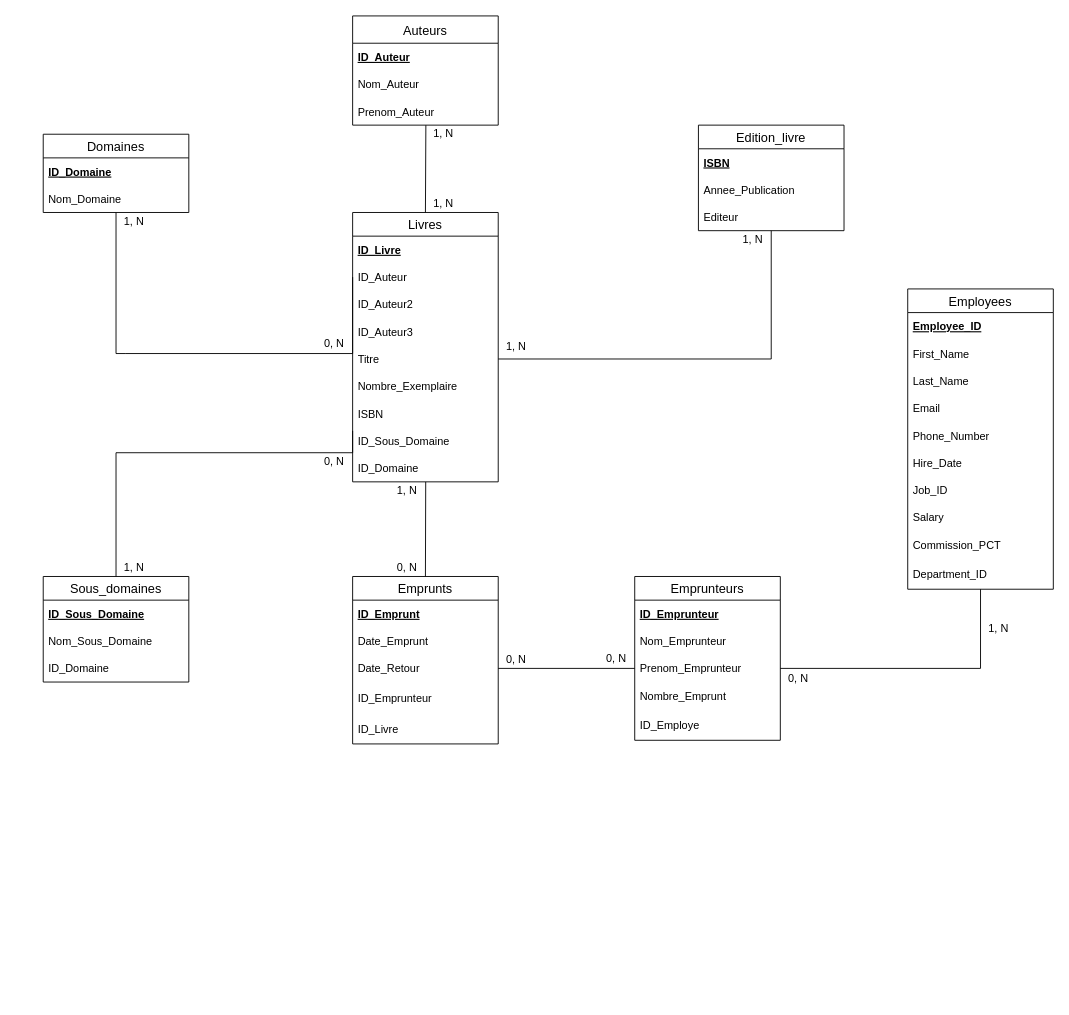
Jerome-Kraft/Projet_BDD keeps this draw.io diagram as MCD.drawio. Above is the earlier version. Source tidied: cells renumbered, new cells numbered last; positions are measured from the earlier drawing's top-left corner, leaving out a move shared by most shapes. Both pictures are drawn from the tidied source at 91%, with x=0, y=0 at pixel (43, 15).
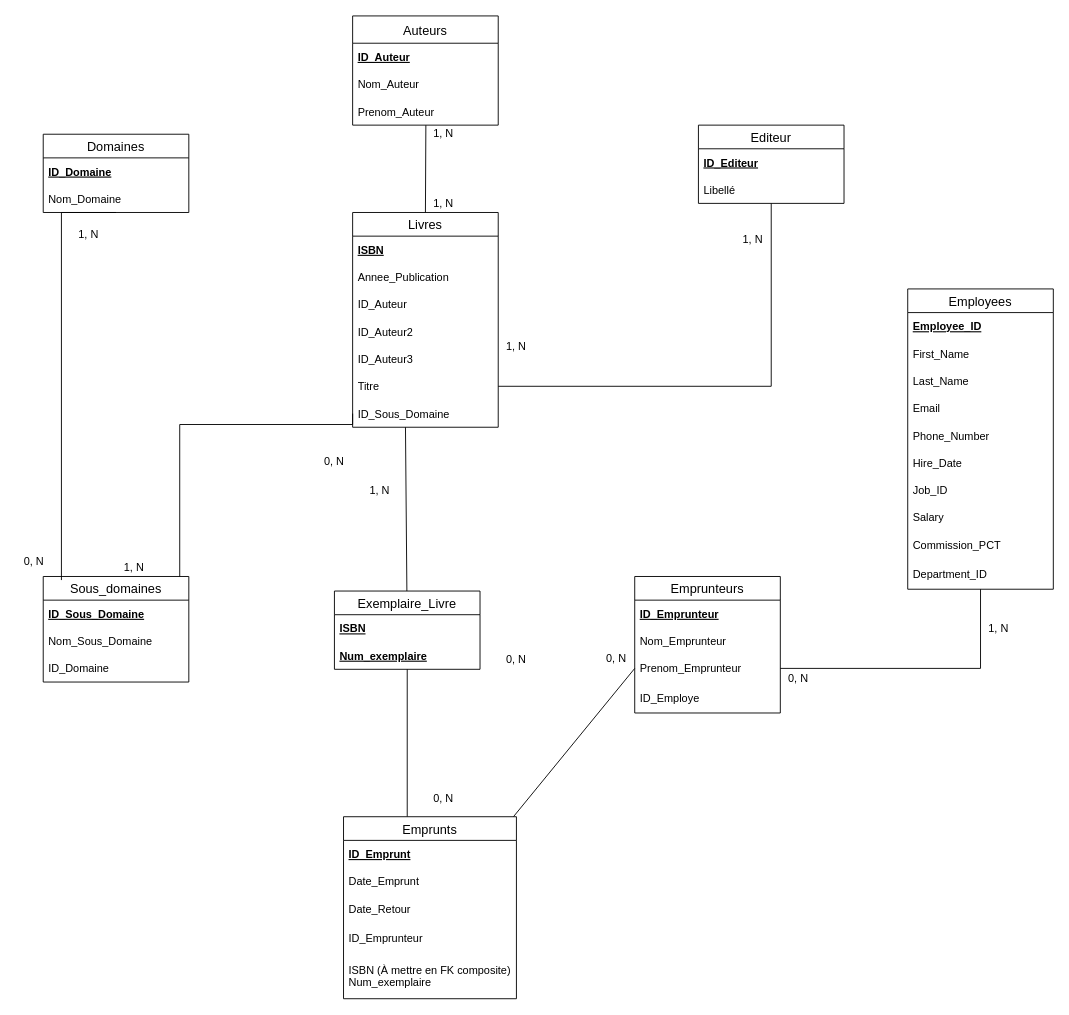
Above is the later version.

Commit message:
Changed MCD, need to change all the tables and triggers

The change refers to these unchanged cells:
```xml
<mxCell id="12" value="Domaines" style="swimlane;fontStyle=0;horizontal=1;startSize=26;align=center;fontSize=14;" parent="1" vertex="1">
  <mxGeometry y="130" width="160" height="86" as="geometry" />
</mxCell>
<mxCell id="19" value="Sous_domaines" style="swimlane;fontStyle=0;horizontal=1;startSize=26;align=center;fontSize=14;" parent="1" vertex="1">
  <mxGeometry y="616" width="160" height="116" as="geometry" />
</mxCell>
<mxCell id="39" value="Prenom_Emprunteur" style="text;strokeColor=none;fillColor=none;spacingLeft=4;spacingRight=4;overflow=hidden;points=[[0,0.5],[1,0.5]];portConstraint=eastwest;fontSize=12;verticalAlign=middle;" parent="36" vertex="1">
  <mxGeometry y="86" width="160" height="30" as="geometry" />
</mxCell>
```

Diff of the diagram source:
```diff
@@
     <mxCell id="2" value="Livres" style="swimlane;fontStyle=0;horizontal=1;startSize=26;align=center;fontSize=14;" parent="1" vertex="1">
-      <mxGeometry x="340" y="216" width="160" height="296" as="geometry" />
+      <mxGeometry x="340" y="216" width="160" height="236" as="geometry" />
     </mxCell>
-    <mxCell id="3" value="ID_Livre" style="text;strokeColor=none;fillColor=none;spacingLeft=4;spacingRight=4;overflow=hidden;fontSize=12;fontStyle=5;verticalAlign=middle;" parent="2" vertex="1">
+    <mxCell id="3" value="ISBN" style="text;strokeColor=none;fillColor=none;spacingLeft=4;spacingRight=4;overflow=hidden;fontSize=12;fontStyle=5;verticalAlign=middle;" parent="2" vertex="1">
       <mxGeometry y="26" width="160" height="30" as="geometry" />
     </mxCell>
+    <mxCell id="17" value="Annee_Publication" style="text;strokeColor=none;fillColor=none;spacingLeft=4;spacingRight=4;overflow=hidden;fontSize=12;verticalAlign=middle;" parent="2" vertex="1">
+      <mxGeometry y="56" width="160" height="30" as="geometry" />
+    </mxCell>
     <mxCell id="4" value="ID_Auteur" style="text;strokeColor=none;fillColor=none;spacingLeft=4;spacingRight=4;overflow=hidden;points=[[0,0.5],[1,0.5]];portConstraint=eastwest;fontSize=12;verticalAlign=middle;fontStyle=0;" parent="2" vertex="1">
-      <mxGeometry y="56" width="160" height="30" as="geometry" />
+      <mxGeometry y="86" width="160" height="30" as="geometry" />
     </mxCell>
     <mxCell id="5" value="ID_Auteur2" style="text;strokeColor=none;fillColor=none;spacingLeft=4;spacingRight=4;overflow=hidden;fontSize=12;verticalAlign=middle;fontStyle=0;" parent="2" vertex="1">
-      <mxGeometry y="86" width="160" height="30" as="geometry" />
+      <mxGeometry y="116" width="160" height="30" as="geometry" />
     </mxCell>
     <mxCell id="6" value="ID_Auteur3" style="text;strokeColor=none;fillColor=none;spacingLeft=4;spacingRight=4;overflow=hidden;fontSize=12;verticalAlign=middle;fontStyle=0;" parent="2" vertex="1">
-      <mxGeometry y="116" width="160" height="30" as="geometry" />
+      <mxGeometry y="146" width="160" height="30" as="geometry" />
     </mxCell>
     <mxCell id="7" value="Titre" style="text;strokeColor=none;fillColor=none;spacingLeft=4;spacingRight=4;overflow=hidden;points=[[0,0.5],[1,0.5]];portConstraint=eastwest;fontSize=12;verticalAlign=middle;" parent="2" vertex="1">
-      <mxGeometry y="146" width="160" height="30" as="geometry" />
+      <mxGeometry y="176" width="160" height="30" as="geometry" />
     </mxCell>
-    <mxCell id="8" value="Nombre_Exemplaire" style="text;strokeColor=none;fillColor=none;spacingLeft=4;spacingRight=4;overflow=hidden;fontSize=12;verticalAlign=middle;" parent="2" vertex="1">
-      <mxGeometry y="176" width="160" height="30" as="geometry" />
-    </mxCell>
-    <mxCell id="9" value="ISBN" style="text;strokeColor=none;fillColor=none;spacingLeft=4;spacingRight=4;overflow=hidden;fontSize=12;verticalAlign=middle;fontStyle=0;" parent="2" vertex="1">
-      <mxGeometry y="206" width="160" height="30" as="geometry" />
-    </mxCell>
     <mxCell id="10" value="ID_Sous_Domaine" style="text;strokeColor=none;fillColor=none;spacingLeft=4;spacingRight=4;overflow=hidden;points=[[0,0.5],[1,0.5]];portConstraint=eastwest;fontSize=12;fontStyle=0;verticalAlign=middle;" parent="2" vertex="1">
-      <mxGeometry y="236" width="160" height="30" as="geometry" />
+      <mxGeometry y="206" width="160" height="30" as="geometry" />
     </mxCell>
-    <mxCell id="11" value="ID_Domaine" style="text;strokeColor=none;fillColor=none;spacingLeft=4;spacingRight=4;overflow=hidden;points=[[0,0.5],[1,0.5]];portConstraint=eastwest;fontSize=12;verticalAlign=middle;fontStyle=0;" parent="2" vertex="1">
-      <mxGeometry y="266" width="160" height="30" as="geometry" />
-    </mxCell>
@@
-    <mxCell id="15" value="Edition_livre" style="swimlane;fontStyle=0;horizontal=1;startSize=26;align=center;fontSize=14;" parent="1" vertex="1">
-      <mxGeometry x="720" y="120" width="160" height="116" as="geometry" />
+    <mxCell id="15" value="Editeur" style="swimlane;fontStyle=0;horizontal=1;startSize=26;align=center;fontSize=14;" parent="1" vertex="1">
+      <mxGeometry x="720" y="120" width="160" height="86" as="geometry" />
     </mxCell>
-    <mxCell id="16" value="ISBN" style="text;strokeColor=none;fillColor=none;spacingLeft=4;spacingRight=4;overflow=hidden;fontSize=12;verticalAlign=middle;fontStyle=5;" parent="15" vertex="1">
+    <mxCell id="16" value="ID_Editeur" style="text;strokeColor=none;fillColor=none;spacingLeft=4;spacingRight=4;overflow=hidden;fontSize=12;verticalAlign=middle;fontStyle=5;" parent="15" vertex="1">
       <mxGeometry y="26" width="160" height="30" as="geometry" />
     </mxCell>
-    <mxCell id="17" value="Annee_Publication" style="text;strokeColor=none;fillColor=none;spacingLeft=4;spacingRight=4;overflow=hidden;fontSize=12;verticalAlign=middle;" parent="15" vertex="1">
-      <mxGeometry y="56" width="160" height="30" as="geometry" />
-    </mxCell>
-    <mxCell id="18" value="Editeur" style="text;strokeColor=none;fillColor=none;spacingLeft=4;spacingRight=4;overflow=hidden;fontSize=12;verticalAlign=middle;" parent="15" vertex="1">
-      <mxGeometry y="86" width="160" height="30" as="geometry" />
+    <mxCell id="18" value="Libellé" style="text;strokeColor=none;fillColor=none;spacingLeft=4;spacingRight=4;overflow=hidden;fontSize=12;verticalAlign=middle;" parent="15" vertex="1">
+      <mxGeometry y="56" width="160" height="30" as="geometry" />
     </mxCell>
@@
-    <mxCell id="28" style="endArrow=none;html=1;rounded=0;exitX=0.5;exitY=0;exitDx=0;exitDy=0;edgeStyle=orthogonalEdgeStyle;entryX=0;entryY=0.133;entryDx=0;entryDy=0;entryPerimeter=0;" parent="1" edge="1" source="19" target="10">
+    <mxCell id="28" style="endArrow=none;html=1;rounded=0;edgeStyle=orthogonalEdgeStyle;entryX=0;entryY=0.5;entryDx=0;entryDy=0;" parent="1" edge="1" target="10">
       <mxGeometry relative="1" as="geometry">
+        <mxPoint x="150" y="616" as="sourcePoint" />
         <Array as="points">
-          <mxPoint x="80" y="480" />
+          <mxPoint x="150" y="449" />
+          <mxPoint x="340" y="449" />
         </Array>
       </mxGeometry>
     </mxCell>
-    <mxCell id="29" style="endArrow=none;html=1;rounded=0;edgeStyle=orthogonalEdgeStyle;entryX=0;entryY=0.5;entryDx=0;entryDy=0;exitX=0.5;exitY=1;exitDx=0;exitDy=0;" parent="1" edge="1" source="12" target="4">
+    <mxCell id="29" style="endArrow=none;html=1;rounded=0;edgeStyle=orthogonalEdgeStyle;exitX=0.5;exitY=1;exitDx=0;exitDy=0;entryX=0.125;entryY=0.034;entryDx=0;entryDy=0;entryPerimeter=0;" parent="1" edge="1" source="12" target="19">
       <mxGeometry relative="1" as="geometry">
         <Array as="points">
-          <mxPoint x="90" y="371" />
-          <mxPoint x="270" y="371" />
-          <mxPoint x="340" y="370" />
+          <mxPoint x="20" y="216" />
         </Array>
       </mxGeometry>
     </mxCell>
     <mxCell id="30" value="0, N" style="text;html=1;strokeColor=none;fillColor=none;align=center;verticalAlign=middle;whiteSpace=wrap;rounded=0;" parent="1" vertex="1">
-      <mxGeometry x="300" y="350" width="40" height="20" as="geometry" />
+      <mxGeometry x="-30" y="590" width="40" height="20" as="geometry" />
     </mxCell>
@@
     <mxCell id="33" value="1, N" style="text;html=1;strokeColor=none;fillColor=none;align=center;verticalAlign=middle;whiteSpace=wrap;rounded=0;" parent="1" vertex="1">
-      <mxGeometry x="80" y="216" width="40" height="20" as="geometry" />
+      <mxGeometry x="30" y="230" width="40" height="20" as="geometry" />
     </mxCell>
@@
     <mxCell id="36" value="Emprunteurs" style="swimlane;fontStyle=0;horizontal=1;startSize=26;align=center;fontSize=14;" parent="1" vertex="1">
-      <mxGeometry x="650" y="616" width="160" height="180" as="geometry" />
+      <mxGeometry x="650" y="616" width="160" height="150" as="geometry" />
     </mxCell>
@@
-    <mxCell id="40" value="Nombre_Emprunt" style="text;strokeColor=none;fillColor=none;spacingLeft=4;spacingRight=4;overflow=hidden;fontSize=12;verticalAlign=middle;" parent="36" vertex="1">
-      <mxGeometry y="116" width="160" height="30" as="geometry" />
-    </mxCell>
     <mxCell id="41" value="ID_Employe" style="text;strokeColor=none;fillColor=none;spacingLeft=4;spacingRight=4;overflow=hidden;fontSize=12;verticalAlign=middle;fontStyle=0;" parent="36" vertex="1">
-      <mxGeometry y="146" width="160" height="34" as="geometry" />
+      <mxGeometry y="116" width="160" height="34" as="geometry" />
     </mxCell>
-    <mxCell id="42" value="Emprunts" style="swimlane;fontStyle=0;horizontal=1;startSize=26;align=center;fontSize=14;" parent="1" vertex="1">
-      <mxGeometry x="340" y="616" width="160" height="184" as="geometry" />
-    </mxCell>
-    <mxCell id="43" value="ID_Emprunt" style="text;strokeColor=none;fillColor=none;spacingLeft=4;spacingRight=4;overflow=hidden;fontSize=12;verticalAlign=middle;fontStyle=5;" parent="42" vertex="1">
-      <mxGeometry y="26" width="160" height="30" as="geometry" />
-    </mxCell>
-    <mxCell id="44" value="Date_Emprunt" style="text;strokeColor=none;fillColor=none;spacingLeft=4;spacingRight=4;overflow=hidden;fontSize=12;verticalAlign=middle;" parent="42" vertex="1">
-      <mxGeometry y="56" width="160" height="30" as="geometry" />
-    </mxCell>
-    <mxCell id="45" value="Date_Retour" style="text;strokeColor=none;fillColor=none;spacingLeft=4;spacingRight=4;overflow=hidden;points=[[0,0.5],[1,0.5]];portConstraint=eastwest;fontSize=12;verticalAlign=middle;" parent="42" vertex="1">
-      <mxGeometry y="86" width="160" height="30" as="geometry" />
-    </mxCell>
-    <mxCell id="46" value="ID_Emprunteur" style="text;strokeColor=none;fillColor=none;spacingLeft=4;spacingRight=4;overflow=hidden;fontSize=12;verticalAlign=middle;fontStyle=0;" parent="42" vertex="1">
-      <mxGeometry y="116" width="160" height="34" as="geometry" />
-    </mxCell>
-    <mxCell id="47" value="ID_Livre" style="text;strokeColor=none;fillColor=none;spacingLeft=4;spacingRight=4;overflow=hidden;fontSize=12;verticalAlign=middle;fontStyle=0;" parent="42" vertex="1">
-      <mxGeometry y="150" width="160" height="34" as="geometry" />
-    </mxCell>
-    <mxCell id="48" style="endArrow=none;html=1;rounded=0;entryX=0.502;entryY=1.002;entryDx=0;entryDy=0;exitX=0.5;exitY=0;exitDx=0;exitDy=0;entryPerimeter=0;" parent="1" edge="1" source="42" target="11">
-      <mxGeometry relative="1" as="geometry" />
+    <mxCell id="48" style="endArrow=none;html=1;rounded=0;" parent="1" edge="1" target="72">
+      <mxGeometry relative="1" as="geometry">
+        <mxPoint x="400" y="880" as="sourcePoint" />
+      </mxGeometry>
     </mxCell>
     <mxCell id="49" value="0, N" style="text;html=1;strokeColor=none;fillColor=none;align=center;verticalAlign=middle;whiteSpace=wrap;rounded=0;" parent="1" vertex="1">
-      <mxGeometry x="380" y="596" width="40" height="20" as="geometry" />
+      <mxGeometry x="420" y="850" width="40" height="20" as="geometry" />
     </mxCell>
@@
-    <mxCell id="63" style="endArrow=none;html=1;rounded=0;entryX=1;entryY=0.5;entryDx=0;entryDy=0;exitX=0;exitY=0.5;exitDx=0;exitDy=0;" parent="1" edge="1" source="39" target="45">
-      <mxGeometry relative="1" as="geometry" />
+    <mxCell id="63" style="endArrow=none;html=1;rounded=0;exitX=0;exitY=0.5;exitDx=0;exitDy=0;" parent="1" edge="1" source="39">
+      <mxGeometry relative="1" as="geometry">
+        <mxPoint x="516.7" y="880" as="targetPoint" />
+      </mxGeometry>
     </mxCell>
@@
     <mxCell id="67" value="1, N" style="text;html=1;strokeColor=none;fillColor=none;align=center;verticalAlign=middle;whiteSpace=wrap;rounded=0;" parent="1" vertex="1">
-      <mxGeometry x="380" y="512" width="40" height="20" as="geometry" />
+      <mxGeometry x="350" y="512" width="40" height="20" as="geometry" />
     </mxCell>
@@
+    <mxCell id="71" value="Exemplaire_Livre" style="swimlane;fontStyle=0;horizontal=1;startSize=26;align=center;fontSize=14;" parent="1" vertex="1">
+      <mxGeometry x="320" y="632" width="160" height="86" as="geometry" />
+    </mxCell>
+    <mxCell id="9" value="ISBN" style="text;strokeColor=none;fillColor=none;spacingLeft=4;spacingRight=4;overflow=hidden;fontSize=12;fontStyle=5;verticalAlign=middle;" parent="71" vertex="1">
+      <mxGeometry y="26" width="160" height="30" as="geometry" />
+    </mxCell>
+    <mxCell id="72" value="Num_exemplaire" style="text;strokeColor=none;fillColor=none;spacingLeft=4;spacingRight=4;overflow=hidden;points=[[0,0.5],[1,0.5]];portConstraint=eastwest;fontSize=12;verticalAlign=middle;fontStyle=5;" parent="71" vertex="1">
+      <mxGeometry y="56" width="160" height="30" as="geometry" />
+    </mxCell>
+    <mxCell id="73" style="endArrow=none;html=1;rounded=0;entryX=0.363;entryY=1;entryDx=0;entryDy=0;entryPerimeter=0;" parent="1" edge="1" source="71" target="10">
+      <mxGeometry relative="1" as="geometry" />
+    </mxCell>
+    <mxCell id="42" value="Emprunts" style="swimlane;fontStyle=0;horizontal=1;startSize=26;align=center;fontSize=14;" parent="1" vertex="1">
+      <mxGeometry x="330" y="880" width="190" height="200" as="geometry" />
+    </mxCell>
+    <mxCell id="43" value="ID_Emprunt" style="text;strokeColor=none;fillColor=none;spacingLeft=4;spacingRight=4;overflow=hidden;fontSize=12;verticalAlign=middle;fontStyle=5;" parent="42" vertex="1">
+      <mxGeometry y="26" width="190" height="30" as="geometry" />
+    </mxCell>
+    <mxCell id="44" value="Date_Emprunt" style="text;strokeColor=none;fillColor=none;spacingLeft=4;spacingRight=4;overflow=hidden;fontSize=12;verticalAlign=middle;" parent="42" vertex="1">
+      <mxGeometry y="56" width="190" height="30" as="geometry" />
+    </mxCell>
+    <mxCell id="45" value="Date_Retour" style="text;strokeColor=none;fillColor=none;spacingLeft=4;spacingRight=4;overflow=hidden;points=[[0,0.5],[1,0.5]];portConstraint=eastwest;fontSize=12;verticalAlign=middle;" parent="42" vertex="1">
+      <mxGeometry y="86" width="190" height="30" as="geometry" />
+    </mxCell>
+    <mxCell id="46" value="ID_Emprunteur" style="text;strokeColor=none;fillColor=none;spacingLeft=4;spacingRight=4;overflow=hidden;fontSize=12;verticalAlign=middle;fontStyle=0;" parent="42" vertex="1">
+      <mxGeometry y="116" width="190" height="34" as="geometry" />
+    </mxCell>
+    <mxCell id="74" value="ISBN (À mettre en FK composite)&#10;Num_exemplaire" style="text;strokeColor=none;fillColor=none;spacingLeft=4;spacingRight=4;overflow=hidden;fontSize=12;verticalAlign=middle;fontStyle=0;" parent="42" vertex="1">
+      <mxGeometry y="150" width="190" height="50" as="geometry" />
+    </mxCell>
```
